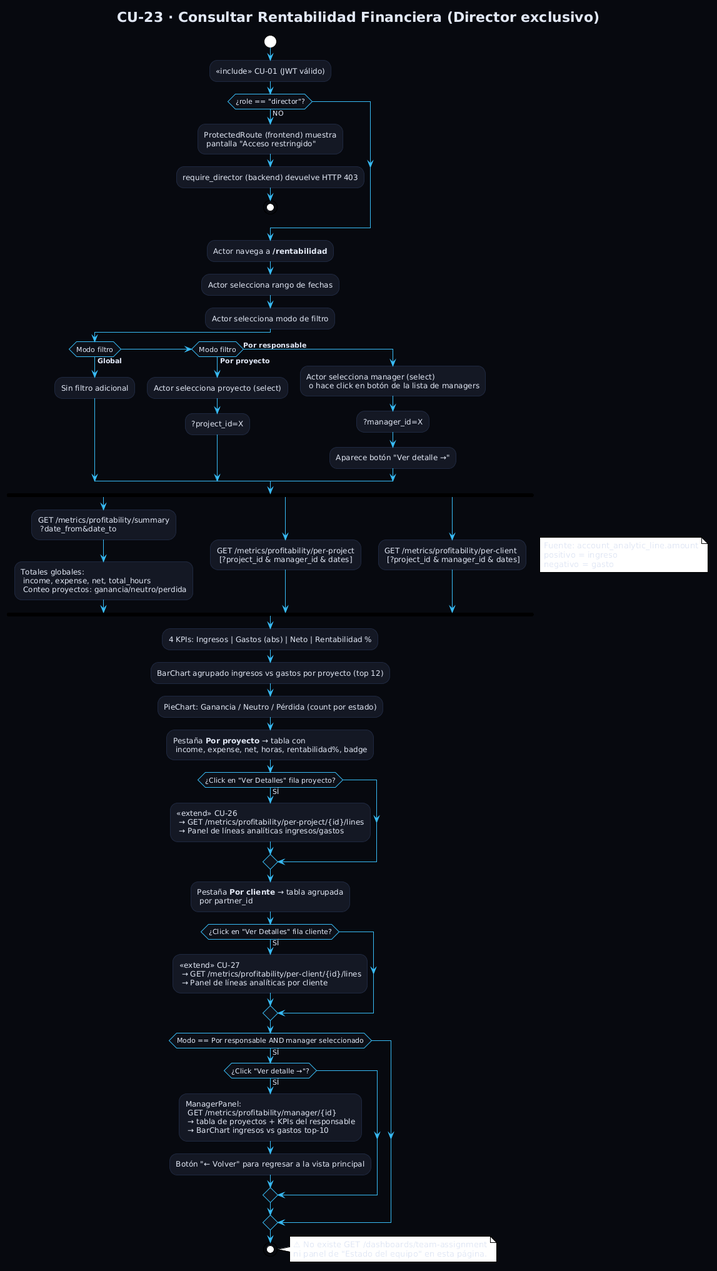
Earlier version of the PlantUML export Estudiantes/cesar-garcia-eguiguren/Capítulo-2/imagenes/CdU/flujoCU23.png (LorenzoPerezUnea/GII-TFG-2026). Its diagram source:
```plantuml
@startuml
!theme plain
skinparam backgroundColor #07090F
skinparam defaultFontColor #E2E8F5
skinparam ArrowColor #38BDF8
skinparam ActivityBorderColor #1E2840
skinparam ActivityBackgroundColor #141824
skinparam ActivityDiamondBackgroundColor #0D1018
skinparam ActivityDiamondBorderColor #38BDF8

title CU-23 · Consultar Rentabilidad Financiera (Director exclusivo)

start

:<<include>> CU-01 (JWT válido);

if (¿role == "director"?) then (NO)
  :ProtectedRoute (frontend) muestra
   pantalla "Acceso restringido";
  :require_director (backend) devuelve HTTP 403;
  stop
endif

:Actor navega a **/rentabilidad**;
:Actor selecciona rango de fechas;
:Actor selecciona modo de filtro;

if (Modo filtro) then (**Global**)
  :Sin filtro adicional;
else if (Modo filtro) then (**Por proyecto**)
  :Actor selecciona proyecto (select);
  :?project_id=X;
else (**Por responsable**)
  :Actor selecciona manager (select)
   o hace click en botón de la lista de managers;
  :?manager_id=X;
  :Aparece botón "Ver detalle →";
endif

fork
  :GET /metrics/profitability/summary
   ?date_from&date_to;
  :Totales globales:
   income, expense, net, total_hours
   Conteo proyectos: ganancia/neutro/perdida;
fork again
  :GET /metrics/profitability/per-project
   [?project_id & manager_id & dates];
fork again
  :GET /metrics/profitability/per-client
   [?project_id & manager_id & dates];
end fork

note right
  Fuente: account_analytic_line.amount
  positivo = ingreso
  negativo = gasto
end note

:4 KPIs: Ingresos | Gastos (abs) | Neto | Rentabilidad %;

:BarChart agrupado ingresos vs gastos por proyecto (top 12);
:PieChart: Ganancia / Neutro / Pérdida (count por estado);

:Pestaña **Por proyecto** → tabla con
 income, expense, net, horas, rentabilidad%, badge;

if (¿Click en "Ver Detalles" fila proyecto?) then (SÍ)
  :<<extend>> CU-26
   → GET /metrics/profitability/per-project/{id}/lines
   → Panel de líneas analíticas ingresos/gastos;
endif

:Pestaña **Por cliente** → tabla agrupada
 por partner_id;

if (¿Click en "Ver Detalles" fila cliente?) then (SÍ)
  :<<extend>> CU-27
   → GET /metrics/profitability/per-client/{id}/lines
   → Panel de líneas analíticas por cliente;
endif

if (Modo == Por responsable AND manager seleccionado) then (SÍ)
  if (¿Click "Ver detalle →"?) then (SÍ)
    :ManagerPanel:
     GET /metrics/profitability/manager/{id}
     → tabla de proyectos + KPIs del responsable
     → BarChart ingresos vs gastos top-10;
    :Botón "← Volver" para regresar a la vista principal;
  endif
endif

stop

note right
  ⚠ No existe GET /dashboards/team-assignment
  ni panel de "Estado del equipo" en esta página.
end note
@enduml
```
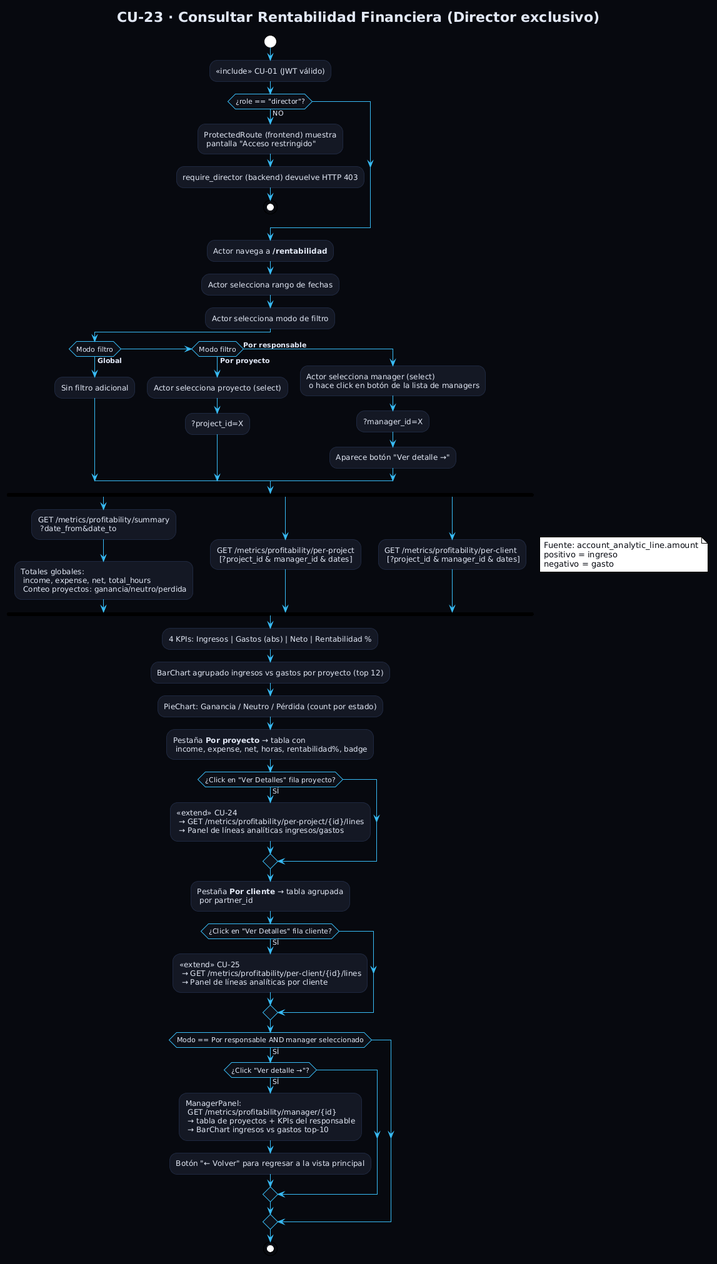
After the commit.

Change to the diagram source:
```diff
@@ -7,7 +7,7 @@
 skinparam ActivityBackgroundColor #141824
 skinparam ActivityDiamondBackgroundColor #0D1018
 skinparam ActivityDiamondBorderColor #38BDF8
-
+skinparam NoteFontColor #07090F
 title CU-23 · Consultar Rentabilidad Financiera (Director exclusivo)
 
 start
@@ -66,7 +66,7 @@
  income, expense, net, horas, rentabilidad%, badge;
 
 if (¿Click en "Ver Detalles" fila proyecto?) then (SÍ)
-  :<<extend>> CU-26
+  :<<extend>> CU-24
    → GET /metrics/profitability/per-project/{id}/lines
    → Panel de líneas analíticas ingresos/gastos;
 endif
@@ -75,7 +75,7 @@
  por partner_id;
 
 if (¿Click en "Ver Detalles" fila cliente?) then (SÍ)
-  :<<extend>> CU-27
+  :<<extend>> CU-25
    → GET /metrics/profitability/per-client/{id}/lines
    → Panel de líneas analíticas por cliente;
 endif
@@ -91,9 +91,4 @@
 endif
 
 stop
-
-note right
-  ⚠ No existe GET /dashboards/team-assignment
-  ni panel de "Estado del equipo" en esta página.
-end note
 @enduml
```
